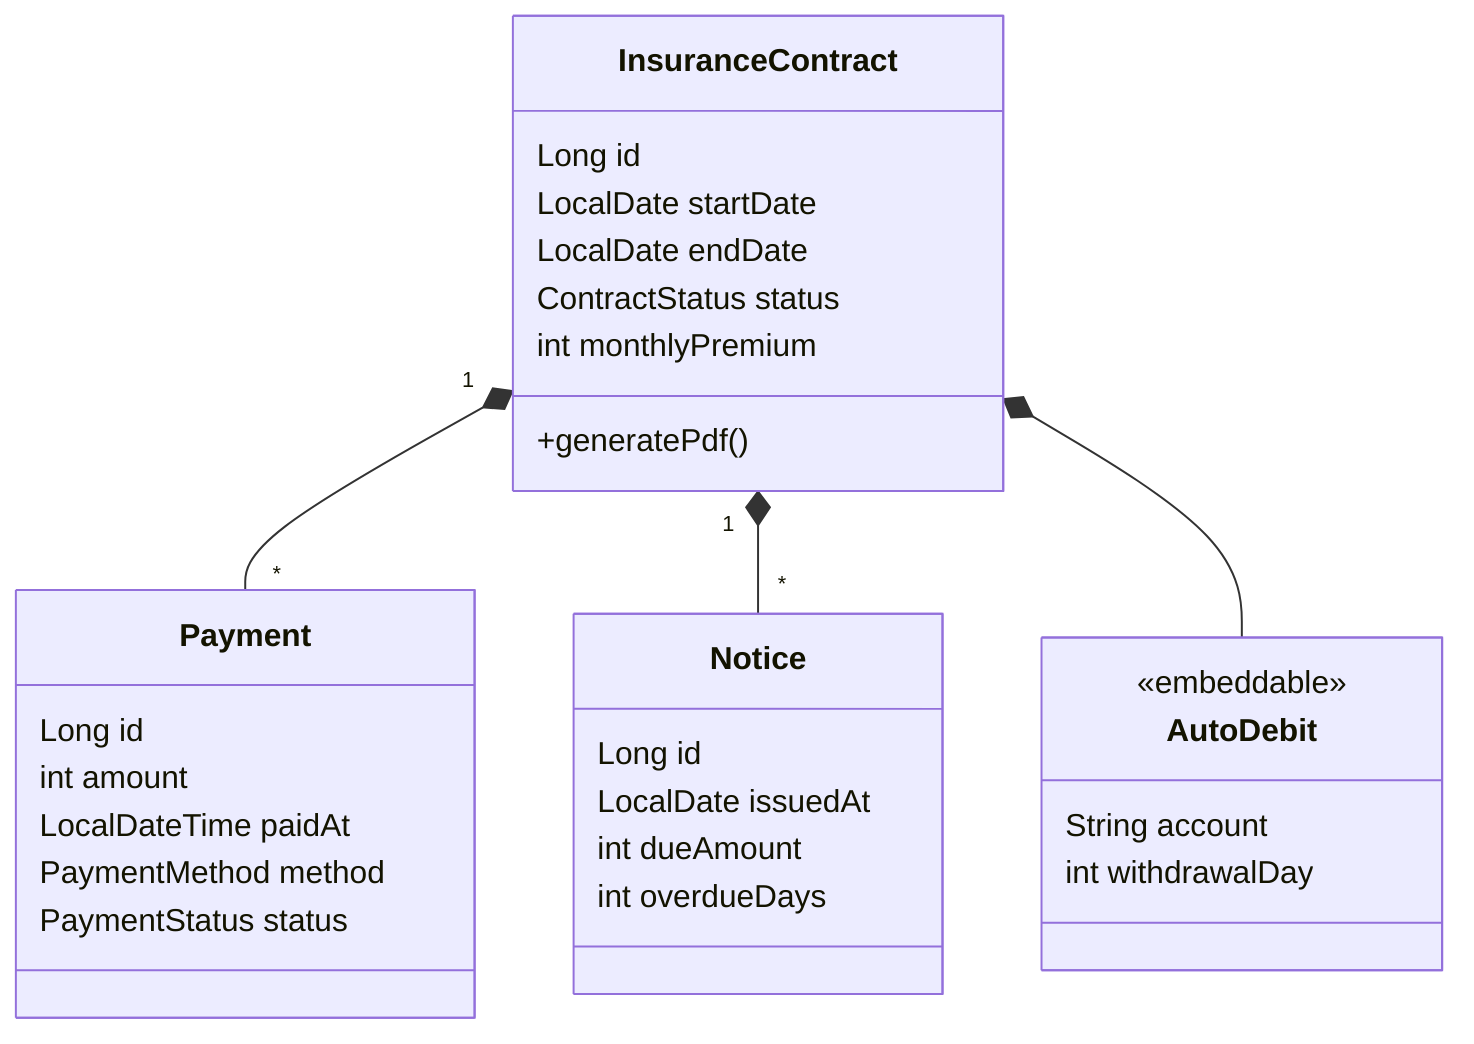
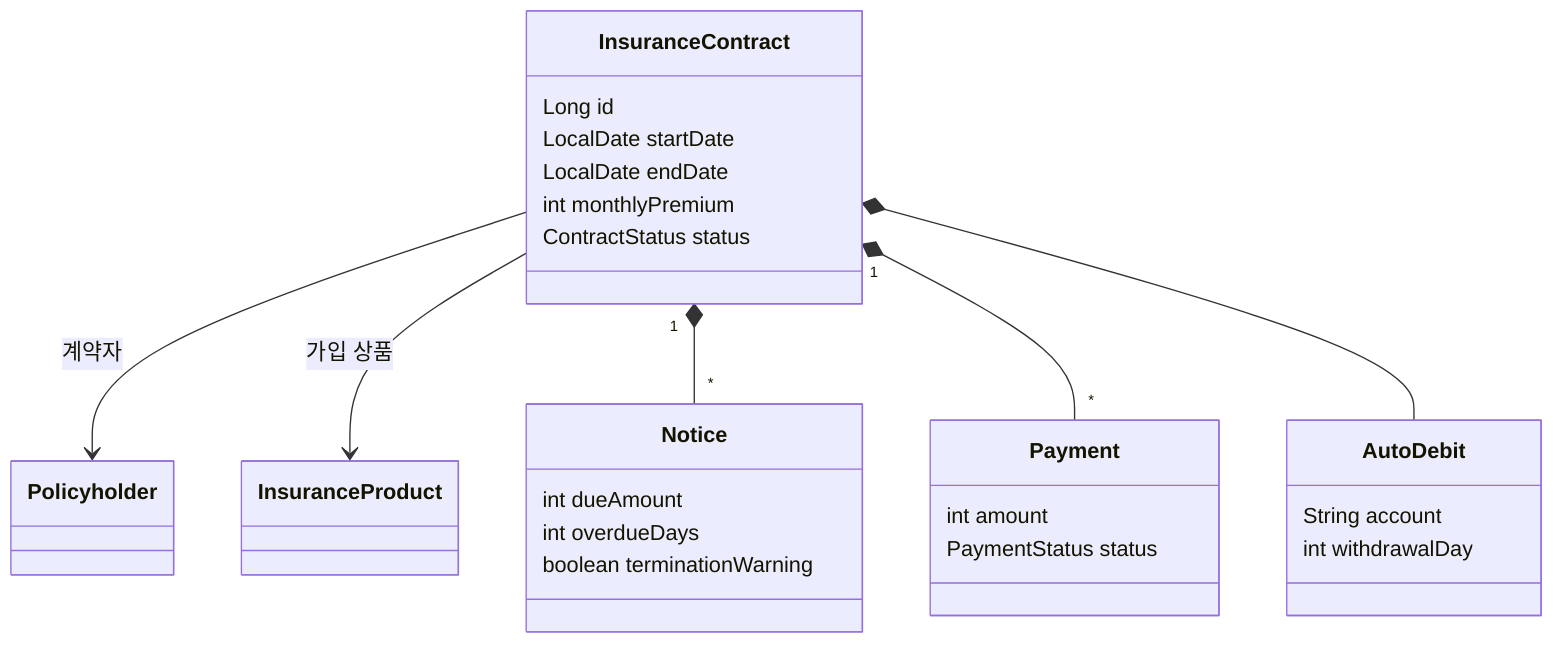
classDiagram
direction TB
class InsuranceContract {
  Long id
  LocalDate startDate
  LocalDate endDate
+   int monthlyPremium
  ContractStatus status
-   int monthlyPremium
-   +generatePdf()
+ }
+ class Policyholder
+ class InsuranceProduct
+ class Notice {
+   int dueAmount
+   int overdueDays
+   boolean terminationWarning
}
class Payment {
-   Long id
  int amount
-   LocalDateTime paidAt
-   PaymentMethod method
  PaymentStatus status
}
- class Notice {
-   Long id
-   LocalDate issuedAt
-   int dueAmount
-   int overdueDays
- }
class AutoDebit {
-   <<embeddable>>
  String account
  int withdrawalDay
}
+ InsuranceContract --> Policyholder : 계약자
+ InsuranceContract --> InsuranceProduct : 가입 상품
+ InsuranceContract "1" *-- "*" Notice
InsuranceContract "1" *-- "*" Payment
- InsuranceContract "1" *-- "*" Notice
InsuranceContract *-- AutoDebit
